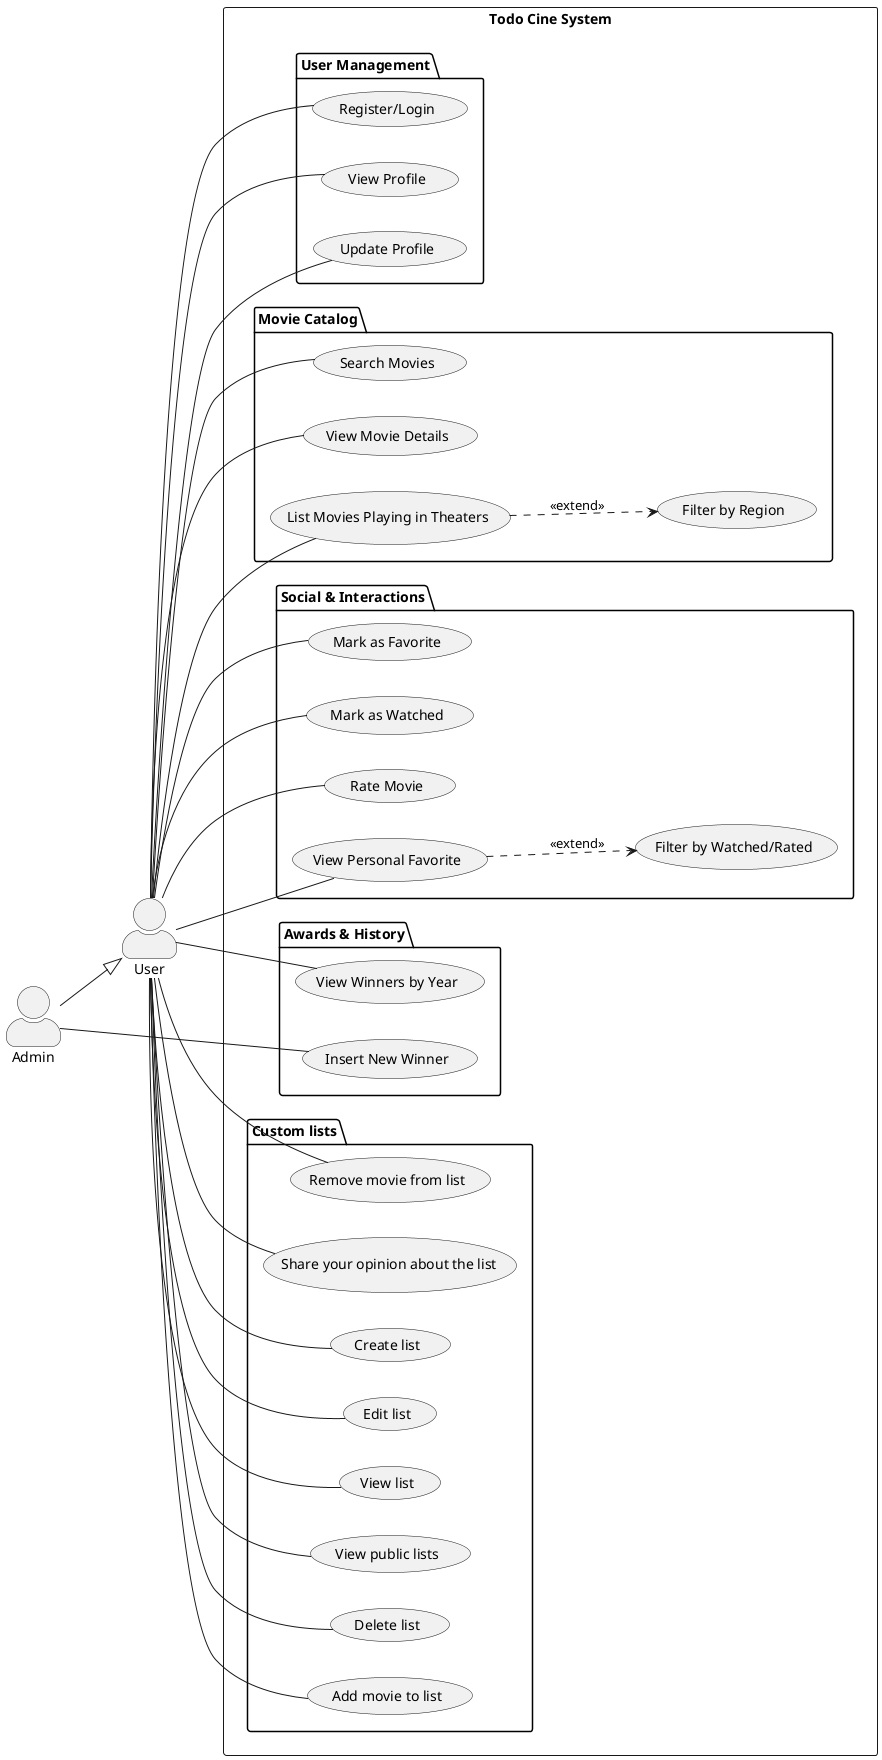
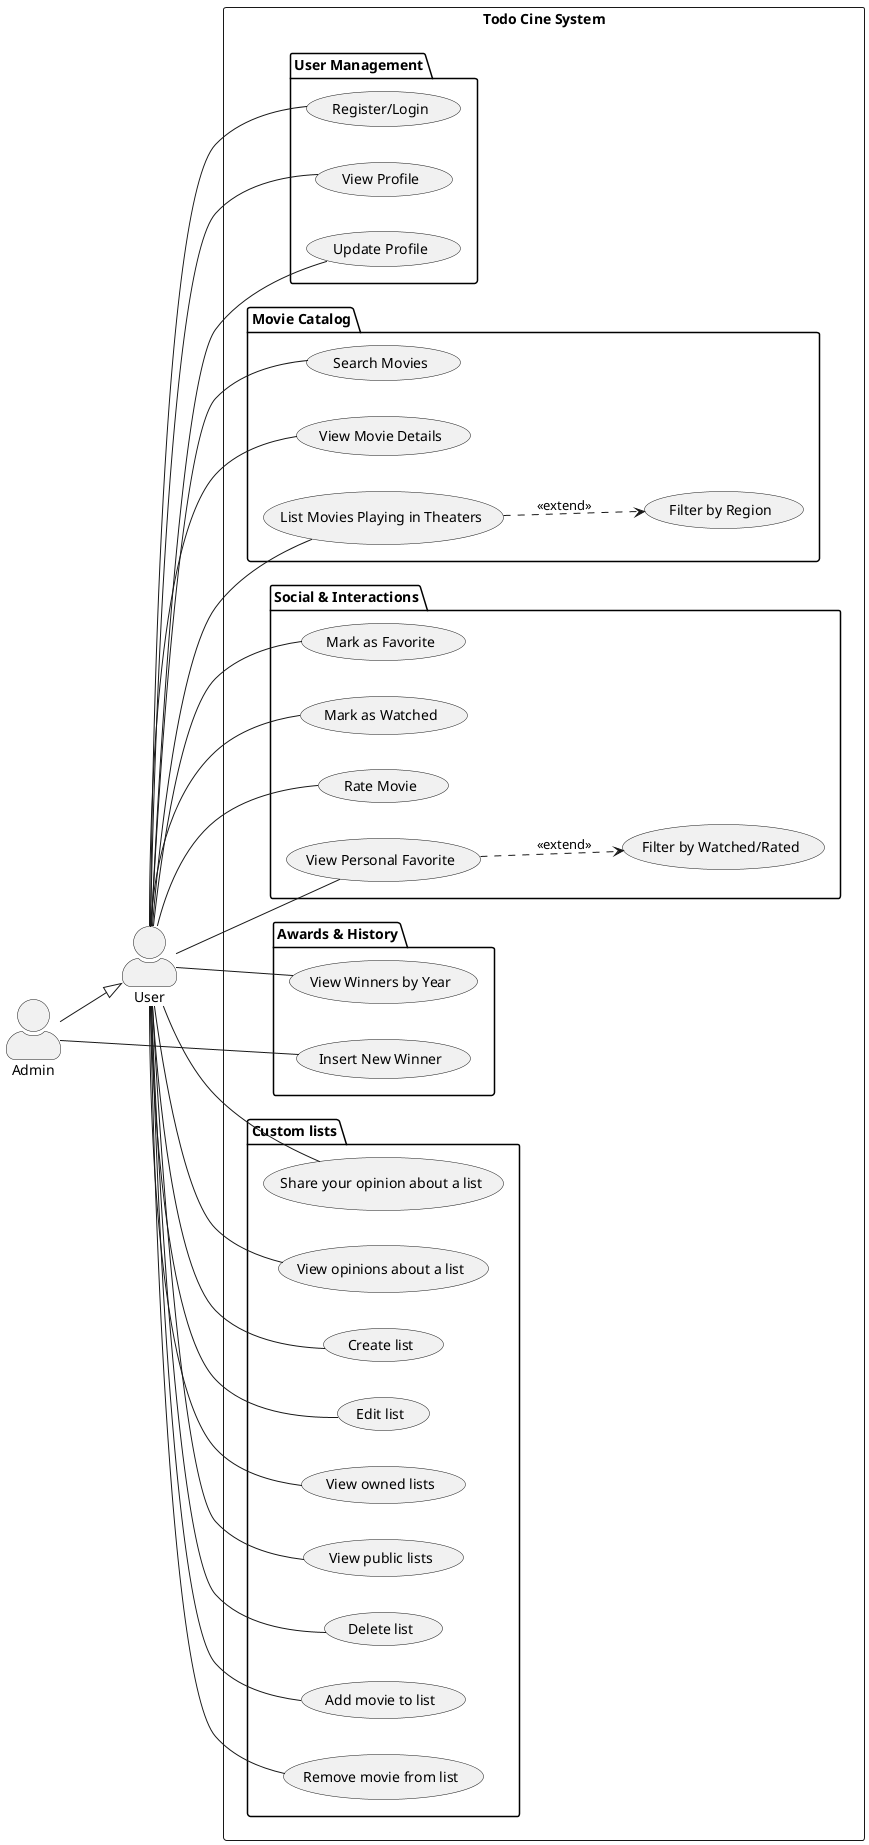
@startuml
skinparam actorStyle awesome
left to right direction

actor "User" as U
actor "Admin" as A

rectangle "Todo Cine System" {

    package "User Management" {
        U -- (Register/Login)
        U -- (View Profile)
        U -- (Update Profile)
    }

    package "Movie Catalog" {
        U -- (Search Movies)
        U -- (View Movie Details)
        U -- (List Movies Playing in Theaters)
        (List Movies Playing in Theaters) ..> (Filter by Region) : <<extend>>
    }

    package "Social & Interactions" {
        U -- (Mark as Favorite)
        U -- (Mark as Watched)
        U -- (Rate Movie)
        U -- (View Personal Favorite)
        (View Personal Favorite) ..> (Filter by Watched/Rated) : <<extend>>

    }

    package "Awards & History" {
        U -- (View Winners by Year)
        A -- (Insert New Winner)
    }

    package "Custom lists" {
        U -- (Create list)
        U -- (Edit list)
-         U -- (View list)
+         U -- (View owned lists)
        U -- (View public lists)
        U -- (Delete list)
        U -- (Add movie to list)
        U -- (Remove movie from list)
-         U -- (Share your opinion about the list)
+         U -- (Share your opinion about a list)
+         U -- (View opinions about a list)
    }
}

' Inheritance: Admin can do everything a User can
A --|> U


@endum